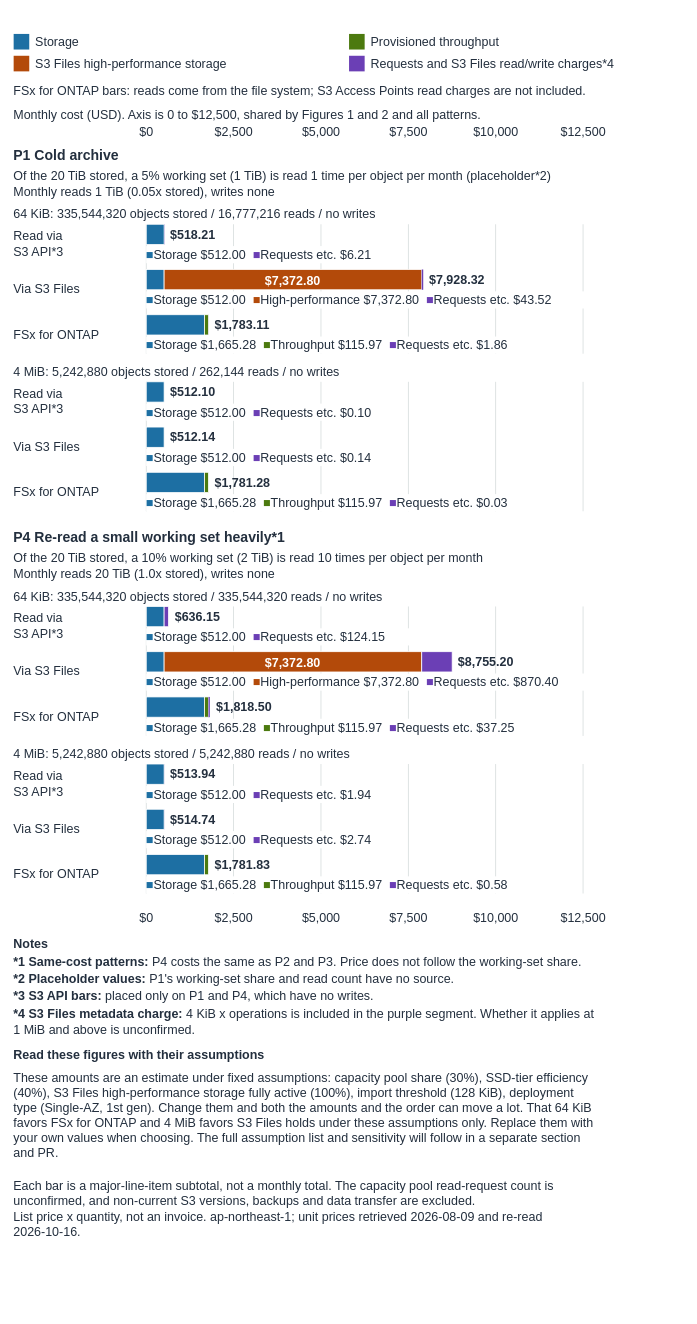
Above: docs/_assets/diagrams/s3burst-s3files-cost-structure-en.drawio in Yoshiki0705/S3-Burst-on-ONTAP-Files (draw.io), before the change. Source tidied: cells renumbered, new cells numbered last; positions are measured from the earlier drawing's top-left corner, leaving out a move shared by most shapes. Both pictures are drawn from the tidied source at 78%, with x=0, y=0 at pixel (13, 30).
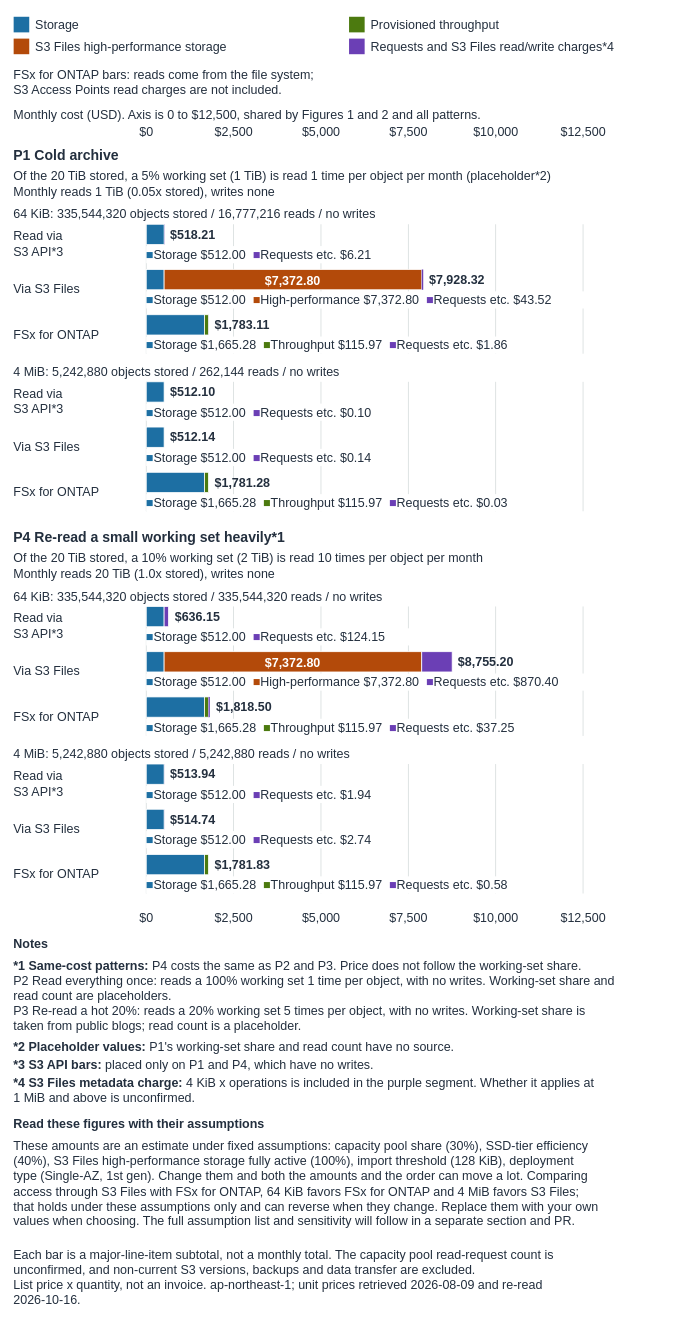
After the change.

Commit message (it also covers changes not shown here):
docs: generate the cost figures from the model and fix their wording

The edit, as a diff of the source:
```diff
@@
     <mxCell id="26" style="rounded=0;whiteSpace=nowrap;html=0;fillColor=#1D6FA3;strokeColor=none;fontSize=16;fontColor=#FFFFFF;fontStyle=1;align=center;verticalAlign=middle;" parent="1" vertex="1">
-      <mxGeometry y="4" width="20" height="20" as="geometry" />
+      <mxGeometry y="-18" width="20" height="20" as="geometry" />
     </mxCell>
     <mxCell id="27" value="Storage" style="text;html=1;whiteSpace=nowrap;overflow=visible;align=left;verticalAlign=middle;spacing=0;spacingLeft=0;spacingRight=0;spacingTop=0;spacingBottom=0;fontSize=16;fontColor=#232F3E;fontStyle=0;" parent="1" vertex="1">
-      <mxGeometry x="28" width="398" height="28" as="geometry" />
+      <mxGeometry x="28" y="-22" width="398" height="28" as="geometry" />
     </mxCell>
     <mxCell id="28" style="rounded=0;whiteSpace=nowrap;html=0;fillColor=#4C7A0F;strokeColor=none;fontSize=16;fontColor=#FFFFFF;fontStyle=1;align=center;verticalAlign=middle;" parent="1" vertex="1">
-      <mxGeometry x="430" y="4" width="20" height="20" as="geometry" />
+      <mxGeometry x="430" y="-18" width="20" height="20" as="geometry" />
     </mxCell>
     <mxCell id="29" value="Provisioned throughput" style="text;html=1;whiteSpace=nowrap;overflow=visible;align=left;verticalAlign=middle;spacing=0;spacingLeft=0;spacingRight=0;spacingTop=0;spacingBottom=0;fontSize=16;fontColor=#232F3E;fontStyle=0;" parent="1" vertex="1">
-      <mxGeometry x="458" width="398" height="28" as="geometry" />
+      <mxGeometry x="458" y="-22" width="398" height="28" as="geometry" />
     </mxCell>
     <mxCell id="30" style="rounded=0;whiteSpace=nowrap;html=0;fillColor=#B34A0A;strokeColor=none;fontSize=16;fontColor=#FFFFFF;fontStyle=1;align=center;verticalAlign=middle;" parent="1" vertex="1">
-      <mxGeometry y="32" width="20" height="20" as="geometry" />
+      <mxGeometry y="10" width="20" height="20" as="geometry" />
     </mxCell>
     <mxCell id="31" value="S3 Files high-performance storage" style="text;html=1;whiteSpace=nowrap;overflow=visible;align=left;verticalAlign=middle;spacing=0;spacingLeft=0;spacingRight=0;spacingTop=0;spacingBottom=0;fontSize=16;fontColor=#232F3E;fontStyle=0;" parent="1" vertex="1">
-      <mxGeometry x="28" y="28" width="398" height="28" as="geometry" />
+      <mxGeometry x="28" y="6" width="398" height="28" as="geometry" />
     </mxCell>
     <mxCell id="32" style="rounded=0;whiteSpace=nowrap;html=0;fillColor=#6B3FB5;strokeColor=none;fontSize=16;fontColor=#FFFFFF;fontStyle=1;align=center;verticalAlign=middle;" parent="1" vertex="1">
-      <mxGeometry x="430" y="32" width="20" height="20" as="geometry" />
+      <mxGeometry x="430" y="10" width="20" height="20" as="geometry" />
     </mxCell>
     <mxCell id="33" value="Requests and S3 Files read/write charges*4" style="text;html=1;whiteSpace=nowrap;overflow=visible;align=left;verticalAlign=middle;spacing=0;spacingLeft=0;spacingRight=0;spacingTop=0;spacingBottom=0;fontSize=16;fontColor=#232F3E;fontStyle=0;" parent="1" vertex="1">
-      <mxGeometry x="458" y="28" width="398" height="28" as="geometry" />
+      <mxGeometry x="458" y="6" width="398" height="28" as="geometry" />
     </mxCell>
-    <mxCell id="34" value="FSx for ONTAP bars: reads come from the file system; S3 Access Points read charges are not included." style="text;html=1;whiteSpace=nowrap;overflow=visible;align=left;verticalAlign=middle;spacing=0;spacingLeft=0;spacingRight=0;spacingTop=0;spacingBottom=0;fontSize=16;fontColor=#232F3E;fontStyle=0;" parent="1" vertex="1">
-      <mxGeometry y="66" width="860" height="22" as="geometry" />
+    <mxCell id="34" value="FSx for ONTAP bars: reads come from the file system;&lt;br&gt;S3 Access Points read charges are not included." style="text;html=1;whiteSpace=nowrap;overflow=visible;align=left;verticalAlign=middle;spacing=0;spacingLeft=0;spacingRight=0;spacingTop=0;spacingBottom=0;fontSize=16;fontColor=#232F3E;fontStyle=0;" parent="1" vertex="1">
+      <mxGeometry y="44" width="860" height="44" as="geometry" />
     </mxCell>
@@
-    <mxCell id="123" value="&lt;b&gt;*1 Same-cost patterns:&lt;/b&gt; P4 costs the same as P2 and P3. Price does not follow the working-set share." style="text;html=1;whiteSpace=nowrap;overflow=visible;align=left;verticalAlign=middle;spacing=0;spacingLeft=0;spacingRight=0;spacingTop=0;spacingBottom=0;fontSize=16;fontColor=#232F3E;fontStyle=0;" parent="1" vertex="1">
-      <mxGeometry y="1182" width="860" height="22" as="geometry" />
+    <mxCell id="123" value="&lt;b&gt;*1 Same-cost patterns:&lt;/b&gt; P4 costs the same as P2 and P3. Price does not follow the working-set share.&lt;br&gt;P2 Read everything once: reads a 100% working set 1 time per object, with no writes. Working-set share and&lt;br&gt;read count are placeholders.&lt;br&gt;P3 Re-read a hot 20%: reads a 20% working set 5 times per object, with no writes. Working-set share is&lt;br&gt;taken from public blogs; read count is a placeholder." style="text;html=1;whiteSpace=nowrap;overflow=visible;align=left;verticalAlign=middle;spacing=0;spacingLeft=0;spacingRight=0;spacingTop=0;spacingBottom=0;fontSize=16;fontColor=#232F3E;fontStyle=0;" parent="1" vertex="1">
+      <mxGeometry y="1182" width="860" height="110" as="geometry" />
     </mxCell>
     <mxCell id="124" value="&lt;b&gt;*2 Placeholder values:&lt;/b&gt; P1&amp;#x27;s working-set share and read count have no source." style="text;html=1;whiteSpace=nowrap;overflow=visible;align=left;verticalAlign=middle;spacing=0;spacingLeft=0;spacingRight=0;spacingTop=0;spacingBottom=0;fontSize=16;fontColor=#232F3E;fontStyle=0;" parent="1" vertex="1">
-      <mxGeometry y="1204" width="860" height="22" as="geometry" />
+      <mxGeometry y="1292" width="860" height="22" as="geometry" />
     </mxCell>
     <mxCell id="125" value="&lt;b&gt;*3 S3 API bars:&lt;/b&gt; placed only on P1 and P4, which have no writes." style="text;html=1;whiteSpace=nowrap;overflow=visible;align=left;verticalAlign=middle;spacing=0;spacingLeft=0;spacingRight=0;spacingTop=0;spacingBottom=0;fontSize=16;fontColor=#232F3E;fontStyle=0;" parent="1" vertex="1">
-      <mxGeometry y="1226" width="860" height="22" as="geometry" />
+      <mxGeometry y="1314" width="860" height="22" as="geometry" />
     </mxCell>
     <mxCell id="126" value="&lt;b&gt;*4 S3 Files metadata charge:&lt;/b&gt; 4 KiB x operations is included in the purple segment. Whether it applies at&lt;br&gt;1 MiB and above is unconfirmed." style="text;html=1;whiteSpace=nowrap;overflow=visible;align=left;verticalAlign=middle;spacing=0;spacingLeft=0;spacingRight=0;spacingTop=0;spacingBottom=0;fontSize=16;fontColor=#232F3E;fontStyle=0;" parent="1" vertex="1">
-      <mxGeometry y="1248" width="860" height="44" as="geometry" />
+      <mxGeometry y="1336" width="860" height="44" as="geometry" />
     </mxCell>
     <mxCell id="127" value="&lt;b&gt;Read these figures with their assumptions&lt;/b&gt;" style="text;html=1;whiteSpace=nowrap;overflow=visible;align=left;verticalAlign=middle;spacing=0;spacingLeft=0;spacingRight=0;spacingTop=0;spacingBottom=0;fontSize=16;fontColor=#232F3E;fontStyle=0;" parent="1" vertex="1">
-      <mxGeometry y="1302" width="860" height="22" as="geometry" />
+      <mxGeometry y="1390" width="860" height="22" as="geometry" />
     </mxCell>
-    <mxCell id="128" value="These amounts are an estimate under fixed assumptions: capacity pool share (30%), SSD-tier efficiency&lt;br&gt;(40%), S3 Files high-performance storage fully active (100%), import threshold (128 KiB), deployment&lt;br&gt;type (Single-AZ, 1st gen). Change them and both the amounts and the order can move a lot. That 64 KiB&lt;br&gt;favors FSx for ONTAP and 4 MiB favors S3 Files holds under these assumptions only. Replace them with&lt;br&gt;your own values when choosing. The full assumption list and sensitivity will follow in a separate section&lt;br&gt;and PR." style="text;html=1;whiteSpace=nowrap;overflow=visible;align=left;verticalAlign=middle;spacing=0;spacingLeft=0;spacingRight=0;spacingTop=0;spacingBottom=0;fontSize=16;fontColor=#232F3E;fontStyle=0;" parent="1" vertex="1">
-      <mxGeometry y="1324" width="860" height="132" as="geometry" />
+    <mxCell id="128" value="These amounts are an estimate under fixed assumptions: capacity pool share (30%), SSD-tier efficiency&lt;br&gt;(40%), S3 Files high-performance storage fully active (100%), import threshold (128 KiB), deployment&lt;br&gt;type (Single-AZ, 1st gen). Change them and both the amounts and the order can move a lot. Comparing&lt;br&gt;access through S3 Files with FSx for ONTAP, 64 KiB favors FSx for ONTAP and 4 MiB favors S3 Files;&lt;br&gt;that holds under these assumptions only and can reverse when they change. Replace them with your own&lt;br&gt;values when choosing. The full assumption list and sensitivity will follow in a separate section and PR." style="text;html=1;whiteSpace=nowrap;overflow=visible;align=left;verticalAlign=middle;spacing=0;spacingLeft=0;spacingRight=0;spacingTop=0;spacingBottom=0;fontSize=16;fontColor=#232F3E;fontStyle=0;" parent="1" vertex="1">
+      <mxGeometry y="1412" width="860" height="132" as="geometry" />
     </mxCell>
     <mxCell id="129" value="Each bar is a major-line-item subtotal, not a monthly total. The capacity pool read-request count is&lt;br&gt;unconfirmed, and non-current S3 versions, backups and data transfer are excluded.&lt;br&gt;List price x quantity, not an invoice. ap-northeast-1; unit prices retrieved 2026-08-09 and re-read&lt;br&gt;2026-10-16." style="text;html=1;whiteSpace=nowrap;overflow=visible;align=left;verticalAlign=middle;spacing=0;spacingLeft=0;spacingRight=0;spacingTop=0;spacingBottom=0;fontSize=16;fontColor=#232F3E;fontStyle=0;" parent="1" vertex="1">
-      <mxGeometry y="1466" width="860" height="88" as="geometry" />
+      <mxGeometry y="1554" width="860" height="88" as="geometry" />
     </mxCell>
```
